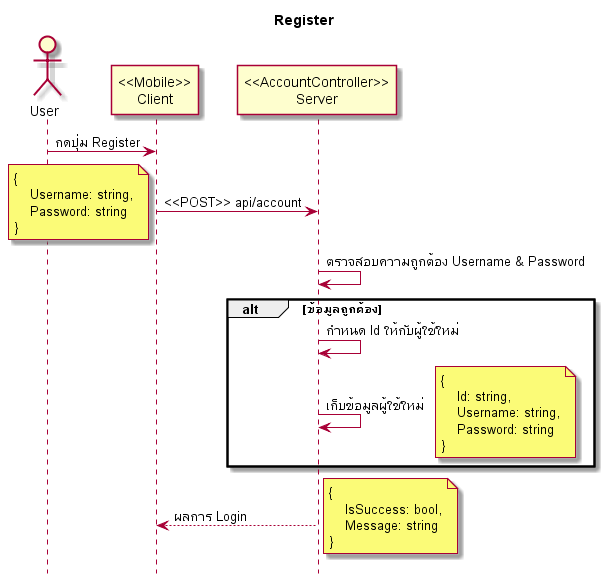
Above: Hotel/Diagrams/Register.png in powerofwind/coding-dojo (PlantUML), before the change.
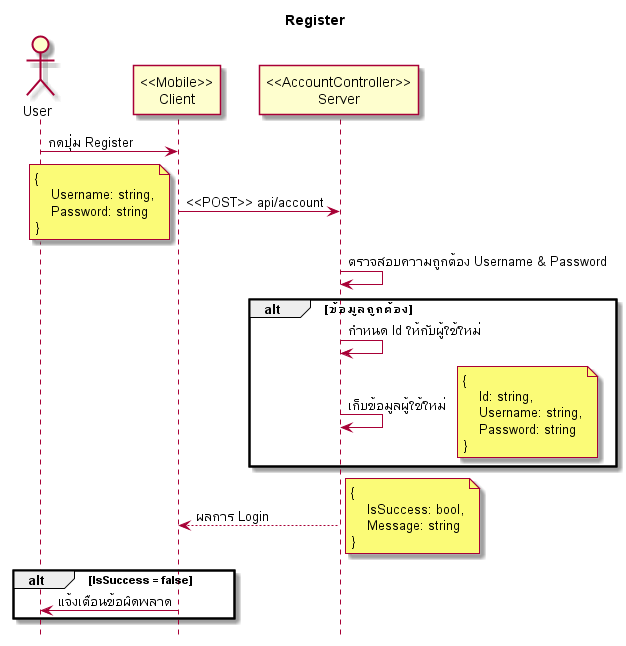
After the change.

Diff of the diagram source:
```diff
@@ -36,4 +36,8 @@
     }
 end note
 
+alt IsSuccess = false
+    Client -> User: แจ้งเตือนข้อผิดพลาด
+end
+
 @enduml
```
